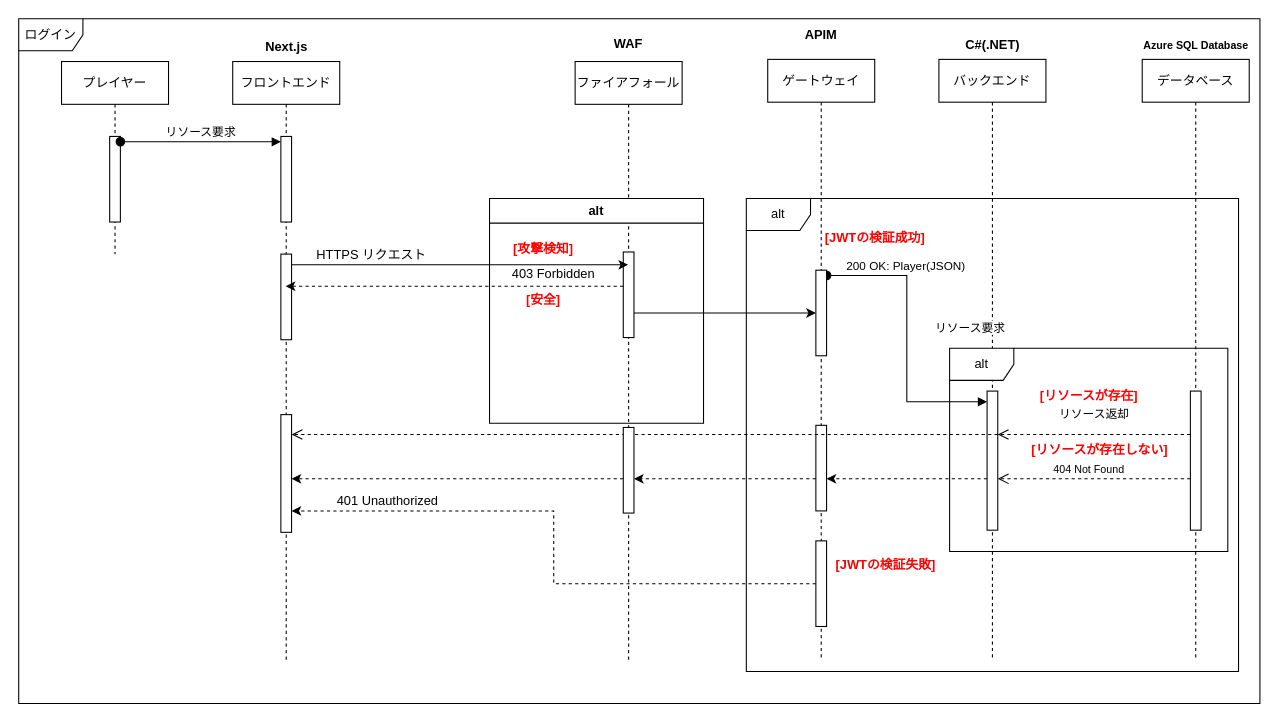
Before: page "リソース取得" (2 of 4) of docs/UML/シーケンス図.drawio in ayumu203/poke-clone-v3, a draw.io diagram. Source tidied: cells renumbered, new cells numbered last; positions are measured from the earlier drawing's top-left corner, leaving out a move shared by most shapes. Both pictures are drawn from the tidied source at 107%, with x=0, y=0 at pixel (18, 18).
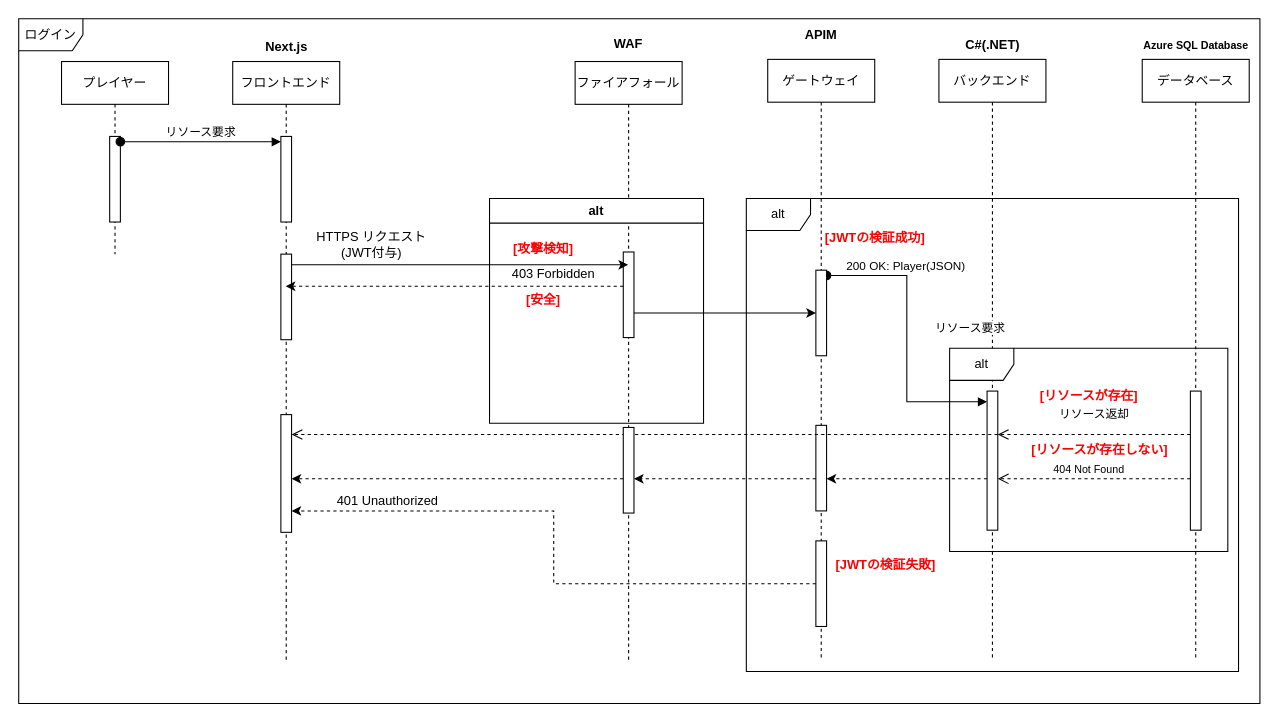
The same diagram, later.

Change to the diagram source:
```diff
@@
-    <mxCell id="43" value="HTTPS リクエスト" style="text;html=1;align=center;verticalAlign=middle;whiteSpace=wrap;rounded=0;" parent="1" vertex="1">
-      <mxGeometry x="270" y="210" width="120" height="22" as="geometry" />
+    <mxCell id="43" value="HTTPS リクエスト&lt;div&gt;(JWT付与)&lt;/div&gt;" style="text;html=1;align=center;verticalAlign=middle;whiteSpace=wrap;rounded=0;" parent="1" vertex="1">
+      <mxGeometry x="270" y="200" width="120" height="22" as="geometry" />
     </mxCell>
```
